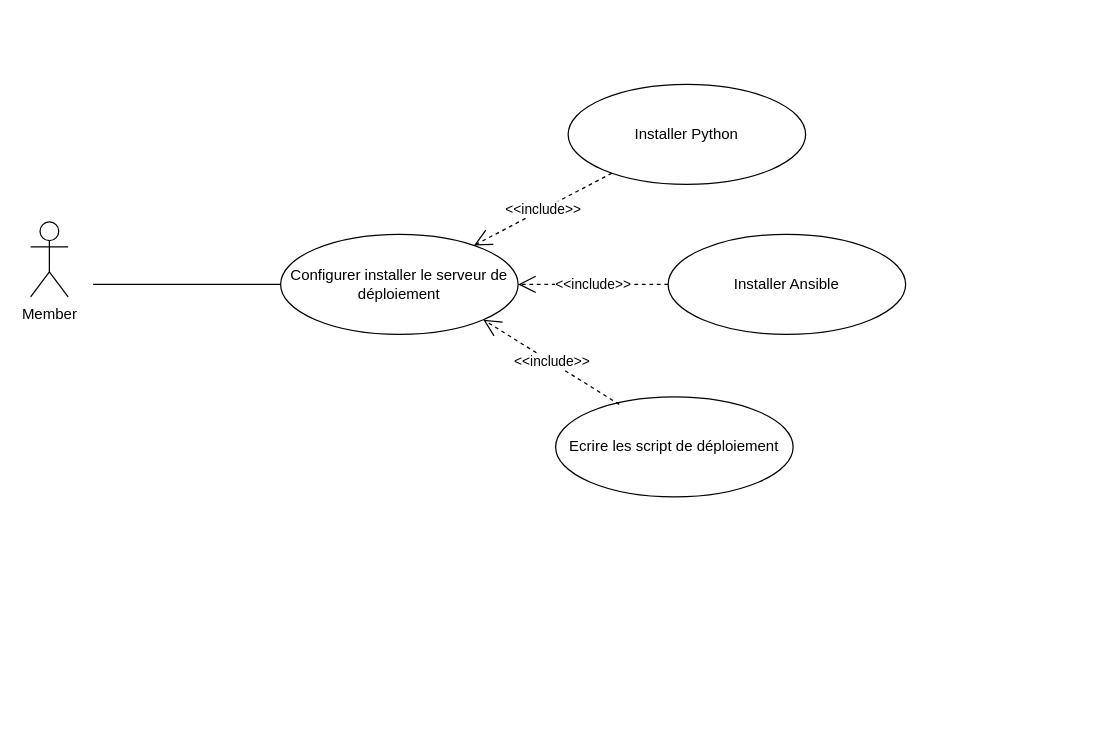
Before: page "Page-2" (2 of 13) of Diagramme sans nom.drawio in EmiraDga/CanvasAnimation, a draw.io diagram. Source tidied: cells renumbered, new cells numbered last; positions are measured from the earlier drawing's top-left corner, leaving out a move shared by most shapes. Both pictures are drawn from the tidied source at 125%, with x=0, y=0 at pixel (30, 84).
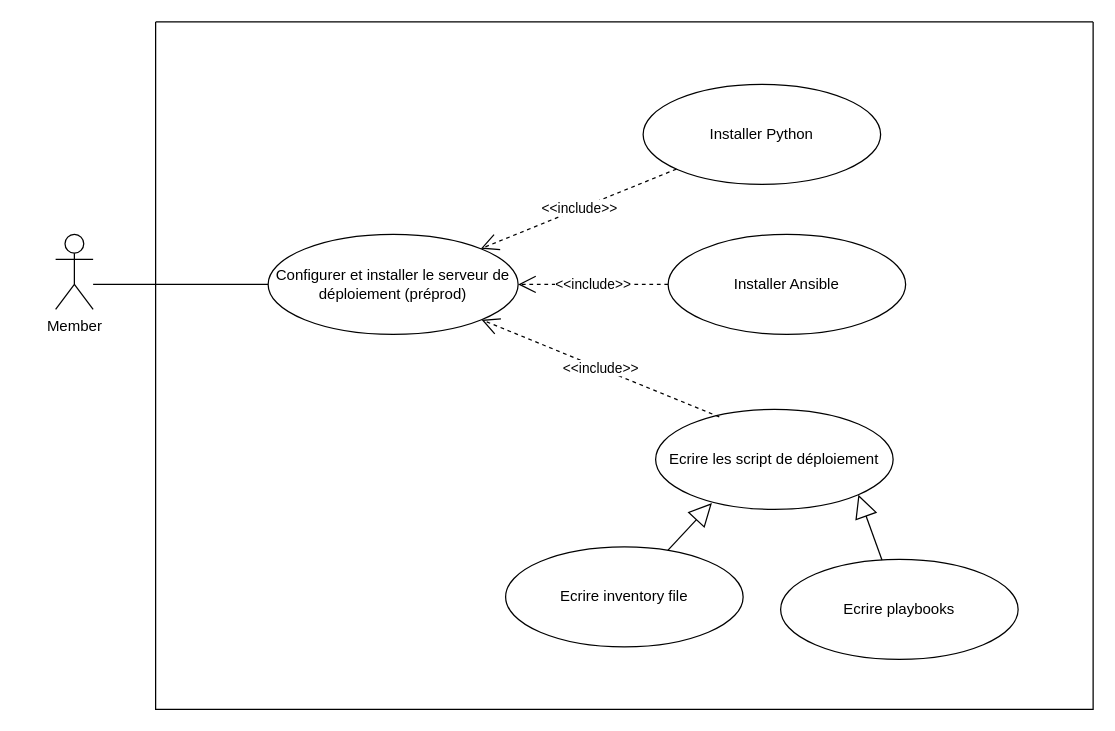
Above is the later version.

Commit message (it also covers changes not shown here):
Mettre à jour Diagramme sans nom.drawio

The edit, as a diff of the source:
```diff
@@
 <mxGraphModel>
   <root>
     <mxCell id="0" />
     <mxCell id="1" parent="0" />
     <mxCell id="2" value="Member" style="shape=umlActor;verticalLabelPosition=bottom;verticalAlign=top;html=1;" parent="1" vertex="1">
-      <mxGeometry y="110" width="30" height="60" as="geometry" />
+      <mxGeometry x="20" y="120" width="30" height="60" as="geometry" />
     </mxCell>
-    <mxCell id="3" value="Configurer installer le serveur de déploiement" style="ellipse;whiteSpace=wrap;html=1;" parent="1" vertex="1">
-      <mxGeometry x="200" y="120" width="190" height="80" as="geometry" />
+    <mxCell id="3" value="Configurer et installer le serveur de déploiement (préprod)" style="ellipse;whiteSpace=wrap;html=1;" parent="1" vertex="1">
+      <mxGeometry x="190" y="120" width="200" height="80" as="geometry" />
     </mxCell>
     <mxCell id="4" style="endArrow=none;html=1;rounded=0;entryX=0;entryY=0.5;entryDx=0;entryDy=0;" parent="1" edge="1" target="3">
       <mxGeometry relative="1" as="geometry">
         <mxPoint x="50" y="160" as="sourcePoint" />
       </mxGeometry>
     </mxCell>
     <mxCell id="5" value="Installer Ansible" style="ellipse;whiteSpace=wrap;html=1;" parent="1" vertex="1">
       <mxGeometry x="510" y="120" width="190" height="80" as="geometry" />
     </mxCell>
     <mxCell id="6" value="Ecrire les script de déploiement" style="ellipse;whiteSpace=wrap;html=1;" parent="1" vertex="1">
-      <mxGeometry x="420" y="250" width="190" height="80" as="geometry" />
+      <mxGeometry x="500" y="260" width="190" height="80" as="geometry" />
     </mxCell>
     <mxCell id="7" value="Installer Python" style="ellipse;whiteSpace=wrap;html=1;" parent="1" vertex="1">
-      <mxGeometry x="430" width="190" height="80" as="geometry" />
+      <mxGeometry x="490" width="190" height="80" as="geometry" />
     </mxCell>
     <mxCell id="8" value="&amp;lt;&amp;lt;include&amp;gt;&amp;gt;" style="endArrow=open;endSize=12;dashed=1;html=1;rounded=0;" parent="1" edge="1" source="7" target="3">
       <mxGeometry relative="1" as="geometry" />
     </mxCell>
     <mxCell id="9" value="&amp;lt;&amp;lt;include&amp;gt;&amp;gt;" style="endArrow=open;endSize=12;dashed=1;html=1;rounded=0;exitX=0;exitY=0.5;exitDx=0;exitDy=0;" parent="1" edge="1" source="5" target="3">
       <mxGeometry relative="1" as="geometry" />
     </mxCell>
     <mxCell id="10" value="&amp;lt;&amp;lt;include&amp;gt;&amp;gt;" style="endArrow=open;endSize=12;dashed=1;html=1;rounded=0;exitX=0.268;exitY=0.075;exitDx=0;exitDy=0;exitPerimeter=0;entryX=1;entryY=1;entryDx=0;entryDy=0;" parent="1" edge="1" source="6" target="3">
       <mxGeometry relative="1" as="geometry" />
     </mxCell>
+    <mxCell id="11" value="Ecrire inventory file" style="ellipse;whiteSpace=wrap;html=1;" parent="1" vertex="1">
+      <mxGeometry x="380" y="370" width="190" height="80" as="geometry" />
+    </mxCell>
+    <mxCell id="12" value="Ecrire playbooks" style="ellipse;whiteSpace=wrap;html=1;" parent="1" vertex="1">
+      <mxGeometry x="600" y="380" width="190" height="80" as="geometry" />
+    </mxCell>
+    <mxCell id="13" style="endArrow=block;endSize=16;endFill=0;html=1;rounded=0;entryX=0.237;entryY=0.937;entryDx=0;entryDy=0;entryPerimeter=0;" parent="1" edge="1" source="11" target="6">
+      <mxGeometry relative="1" as="geometry" />
+    </mxCell>
+    <mxCell id="14" style="endArrow=block;endSize=16;endFill=0;html=1;rounded=0;entryX=1;entryY=1;entryDx=0;entryDy=0;" parent="1" edge="1" source="12" target="6">
+      <mxGeometry relative="1" as="geometry" />
+    </mxCell>
+    <mxCell id="15" style="swimlane;startSize=0;" parent="1" vertex="1">
+      <mxGeometry x="100" y="-50" width="750" height="550" as="geometry" />
+    </mxCell>
   </root>
 </mxGraphModel>
```
